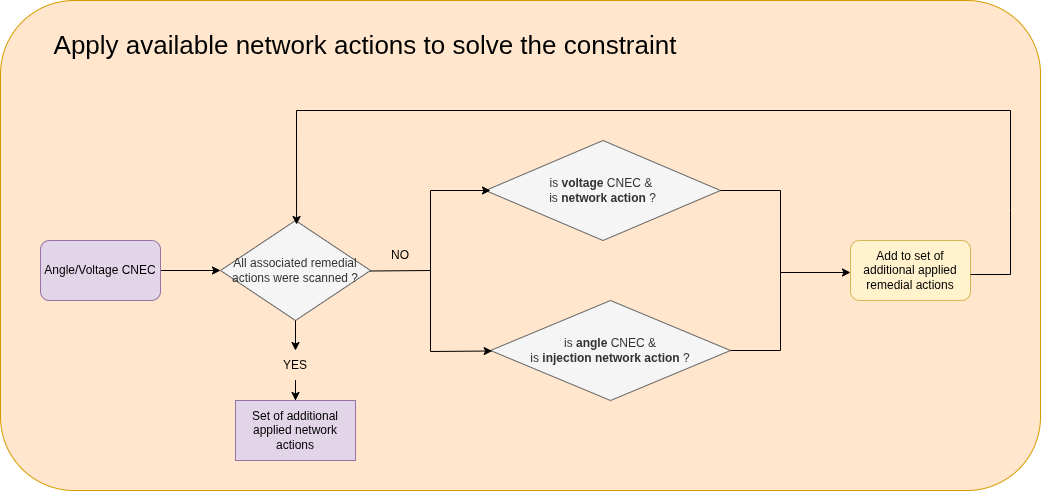
The draw.io diagram docs/_static/img/monitoring-algo-3.png in powsybl/powsybl-open-rao, before a commit. Source tidied: cells renumbered, new cells last; positions are measured from the earlier drawing's top-left corner, leaving out a move shared by most shapes. Source of this version:
```xml
<mxGraphModel>
  <root>
    <mxCell id="0" />
    <mxCell id="1" parent="0" />
    <mxCell id="2" style="rounded=1;whiteSpace=wrap;html=1;fillColor=#ffe6cc;strokeColor=#d79b00;" parent="1" vertex="1">
      <mxGeometry width="1040" height="490" as="geometry" />
    </mxCell>
    <mxCell id="3" style="edgeStyle=orthogonalEdgeStyle;rounded=0;jettySize=auto;html=1;" parent="1" edge="1" source="4" target="6">
      <mxGeometry relative="1" as="geometry" />
    </mxCell>
    <mxCell id="4" value="Angle/Voltage CNEC" style="rounded=1;whiteSpace=wrap;html=1;fillColor=#e1d5e7;strokeColor=#9673a6;" parent="1" vertex="1">
      <mxGeometry x="40" y="240" width="120" height="60" as="geometry" />
    </mxCell>
    <mxCell id="5" style="edgeStyle=orthogonalEdgeStyle;rounded=0;jettySize=auto;html=1;" parent="1" edge="1" source="19" target="13">
      <mxGeometry relative="1" as="geometry" />
    </mxCell>
    <mxCell id="6" value="All associated remedial actions were scanned ?" style="rhombus;whiteSpace=wrap;html=1;fillColor=#f5f5f5;fontColor=#333333;strokeColor=#666666;" parent="1" vertex="1">
      <mxGeometry x="220" y="220" width="150" height="100" as="geometry" />
    </mxCell>
    <mxCell id="7" value="is &lt;b&gt;angle&lt;/b&gt; CNEC &amp;amp;&lt;div&gt;is &lt;b&gt;injection network action &lt;/b&gt;?&lt;/div&gt;" style="rhombus;whiteSpace=wrap;html=1;fillColor=#f5f5f5;fontColor=#333333;strokeColor=#666666;" parent="1" vertex="1">
      <mxGeometry x="490" y="300" width="240" height="100" as="geometry" />
    </mxCell>
    <mxCell id="8" value="is &lt;b&gt;voltage&lt;/b&gt; CNEC &amp;amp;&amp;nbsp;&lt;div&gt;is &lt;b&gt;network action&lt;/b&gt; ?&lt;/div&gt;" style="rhombus;whiteSpace=wrap;html=1;fillColor=#f5f5f5;fontColor=#333333;strokeColor=#666666;" parent="1" vertex="1">
      <mxGeometry x="485" y="140" width="235" height="100" as="geometry" />
    </mxCell>
    <mxCell id="9" value="Add to set of additional applied remedial actions" style="rounded=1;whiteSpace=wrap;html=1;fillColor=#fff2cc;strokeColor=#d6b656;" parent="1" vertex="1">
      <mxGeometry x="850" y="240" width="120" height="60" as="geometry" />
    </mxCell>
    <mxCell id="10" style="endArrow=classic;html=1;rounded=0;exitX=0.997;exitY=0.505;exitDx=0;exitDy=0;exitPerimeter=0;" parent="1" edge="1" source="6">
      <mxGeometry relative="1" as="geometry">
        <mxPoint x="490" y="190" as="targetPoint" />
        <Array as="points">
          <mxPoint x="430" y="270" />
          <mxPoint x="430" y="190" />
        </Array>
      </mxGeometry>
    </mxCell>
    <mxCell id="11" style="endArrow=classic;html=1;rounded=0;entryX=0.007;entryY=0.505;entryDx=0;entryDy=0;entryPerimeter=0;" parent="1" edge="1" target="7">
      <mxGeometry relative="1" as="geometry">
        <mxPoint x="430" y="270" as="sourcePoint" />
        <Array as="points">
          <mxPoint x="430" y="351" />
        </Array>
      </mxGeometry>
    </mxCell>
    <mxCell id="12" style="endArrow=classic;html=1;rounded=0;" parent="1" edge="1" source="8">
      <mxGeometry relative="1" as="geometry">
        <mxPoint x="850" y="272" as="targetPoint" />
        <Array as="points">
          <mxPoint x="780" y="190" />
          <mxPoint x="780" y="272" />
        </Array>
      </mxGeometry>
    </mxCell>
    <mxCell id="13" value="Set of additional applied network actions" style="rounded=0;whiteSpace=wrap;html=1;fillColor=#e1d5e7;strokeColor=#9673a6;" parent="1" vertex="1">
      <mxGeometry x="235" y="400" width="120" height="60" as="geometry" />
    </mxCell>
    <mxCell id="14" style="endArrow=classic;html=1;rounded=0;exitX=1;exitY=0.567;exitDx=0;exitDy=0;exitPerimeter=0;entryX=0.507;entryY=0.04;entryDx=0;entryDy=0;entryPerimeter=0;" parent="1" edge="1" source="9" target="6">
      <mxGeometry relative="1" as="geometry">
        <Array as="points">
          <mxPoint x="1010" y="274" />
          <mxPoint x="1010" y="210" />
          <mxPoint x="1010" y="110" />
          <mxPoint x="296" y="110" />
        </Array>
      </mxGeometry>
    </mxCell>
    <mxCell id="15" value="&lt;font style=&quot;font-size: 26px;&quot;&gt;Apply available network actions to solve the constraint&lt;/font&gt;" style="text;html=1;whiteSpace=wrap;strokeColor=none;fillColor=none;align=center;verticalAlign=middle;rounded=0;" parent="1" vertex="1">
      <mxGeometry x="30" y="30" width="670" height="30" as="geometry" />
    </mxCell>
    <mxCell id="16" style="endArrow=none;html=1;rounded=0;" parent="1" edge="1">
      <mxGeometry relative="1" as="geometry">
        <mxPoint x="730" y="350" as="sourcePoint" />
        <mxPoint x="780" y="270" as="targetPoint" />
        <Array as="points">
          <mxPoint x="780" y="350" />
        </Array>
      </mxGeometry>
    </mxCell>
    <mxCell id="17" value="NO" style="text;html=1;whiteSpace=wrap;strokeColor=none;fillColor=none;align=center;verticalAlign=middle;rounded=0;" parent="1" vertex="1">
      <mxGeometry x="370" y="240" width="60" height="30" as="geometry" />
    </mxCell>
    <mxCell id="18" style="edgeStyle=orthogonalEdgeStyle;rounded=0;jettySize=auto;html=1;" parent="1" edge="1" source="6" target="19">
      <mxGeometry relative="1" as="geometry" />
    </mxCell>
    <mxCell id="19" value="YES" style="text;html=1;whiteSpace=wrap;strokeColor=none;fillColor=none;align=center;verticalAlign=middle;rounded=0;" parent="1" vertex="1">
      <mxGeometry x="265" y="350" width="60" height="30" as="geometry" />
    </mxCell>
  </root>
</mxGraphModel>
```
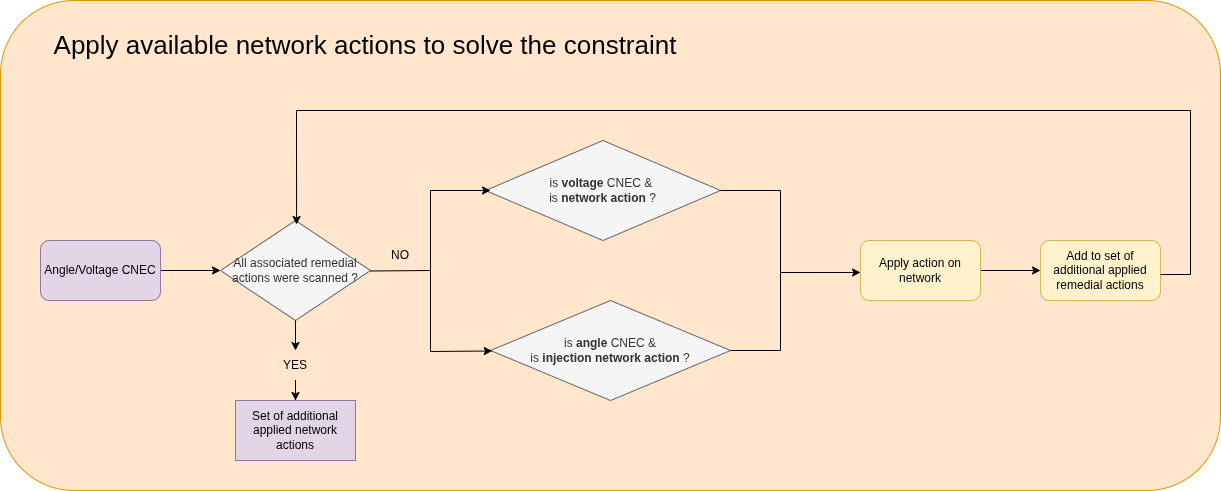
The same file after the commit.

What changed in the source:
```diff
@@ -3,7 +3,7 @@
     <mxCell id="0" />
     <mxCell id="1" parent="0" />
     <mxCell id="2" style="rounded=1;whiteSpace=wrap;html=1;fillColor=#ffe6cc;strokeColor=#d79b00;" parent="1" vertex="1">
-      <mxGeometry width="1040" height="490" as="geometry" />
+      <mxGeometry width="1220" height="490" as="geometry" />
     </mxCell>
     <mxCell id="3" style="edgeStyle=orthogonalEdgeStyle;rounded=0;jettySize=auto;html=1;" parent="1" edge="1" source="4" target="6">
       <mxGeometry relative="1" as="geometry" />
@@ -24,7 +24,7 @@
       <mxGeometry x="485" y="140" width="235" height="100" as="geometry" />
     </mxCell>
     <mxCell id="9" value="Add to set of additional applied remedial actions" style="rounded=1;whiteSpace=wrap;html=1;fillColor=#fff2cc;strokeColor=#d6b656;" parent="1" vertex="1">
-      <mxGeometry x="850" y="240" width="120" height="60" as="geometry" />
+      <mxGeometry x="1040" y="240" width="120" height="60" as="geometry" />
     </mxCell>
     <mxCell id="10" style="endArrow=classic;html=1;rounded=0;exitX=0.997;exitY=0.505;exitDx=0;exitDy=0;exitPerimeter=0;" parent="1" edge="1" source="6">
       <mxGeometry relative="1" as="geometry">
@@ -43,9 +43,8 @@
         </Array>
       </mxGeometry>
     </mxCell>
-    <mxCell id="12" style="endArrow=classic;html=1;rounded=0;" parent="1" edge="1" source="8">
+    <mxCell id="12" style="endArrow=classic;html=1;rounded=0;entryX=0;entryY=0.533;entryDx=0;entryDy=0;entryPerimeter=0;" parent="1" edge="1" source="8" target="21">
       <mxGeometry relative="1" as="geometry">
-        <mxPoint x="850" y="272" as="targetPoint" />
         <Array as="points">
           <mxPoint x="780" y="190" />
           <mxPoint x="780" y="272" />
@@ -58,8 +57,8 @@
     <mxCell id="14" style="endArrow=classic;html=1;rounded=0;exitX=1;exitY=0.567;exitDx=0;exitDy=0;exitPerimeter=0;entryX=0.507;entryY=0.04;entryDx=0;entryDy=0;entryPerimeter=0;" parent="1" edge="1" source="9" target="6">
       <mxGeometry relative="1" as="geometry">
         <Array as="points">
-          <mxPoint x="1010" y="274" />
-          <mxPoint x="1010" y="210" />
+          <mxPoint x="1190" y="274" />
+          <mxPoint x="1190" y="110" />
           <mxPoint x="1010" y="110" />
           <mxPoint x="296" y="110" />
         </Array>
@@ -86,5 +85,11 @@
     <mxCell id="19" value="YES" style="text;html=1;whiteSpace=wrap;strokeColor=none;fillColor=none;align=center;verticalAlign=middle;rounded=0;" parent="1" vertex="1">
       <mxGeometry x="265" y="350" width="60" height="30" as="geometry" />
     </mxCell>
+    <mxCell id="20" style="edgeStyle=orthogonalEdgeStyle;rounded=0;jettySize=auto;html=1;" parent="1" edge="1" source="21" target="9">
+      <mxGeometry relative="1" as="geometry" />
+    </mxCell>
+    <mxCell id="21" value="Apply action on network" style="rounded=1;whiteSpace=wrap;html=1;fillColor=#fff2cc;strokeColor=#d6b656;" parent="1" vertex="1">
+      <mxGeometry x="860" y="240" width="120" height="60" as="geometry" />
+    </mxCell>
   </root>
 </mxGraphModel>
```
